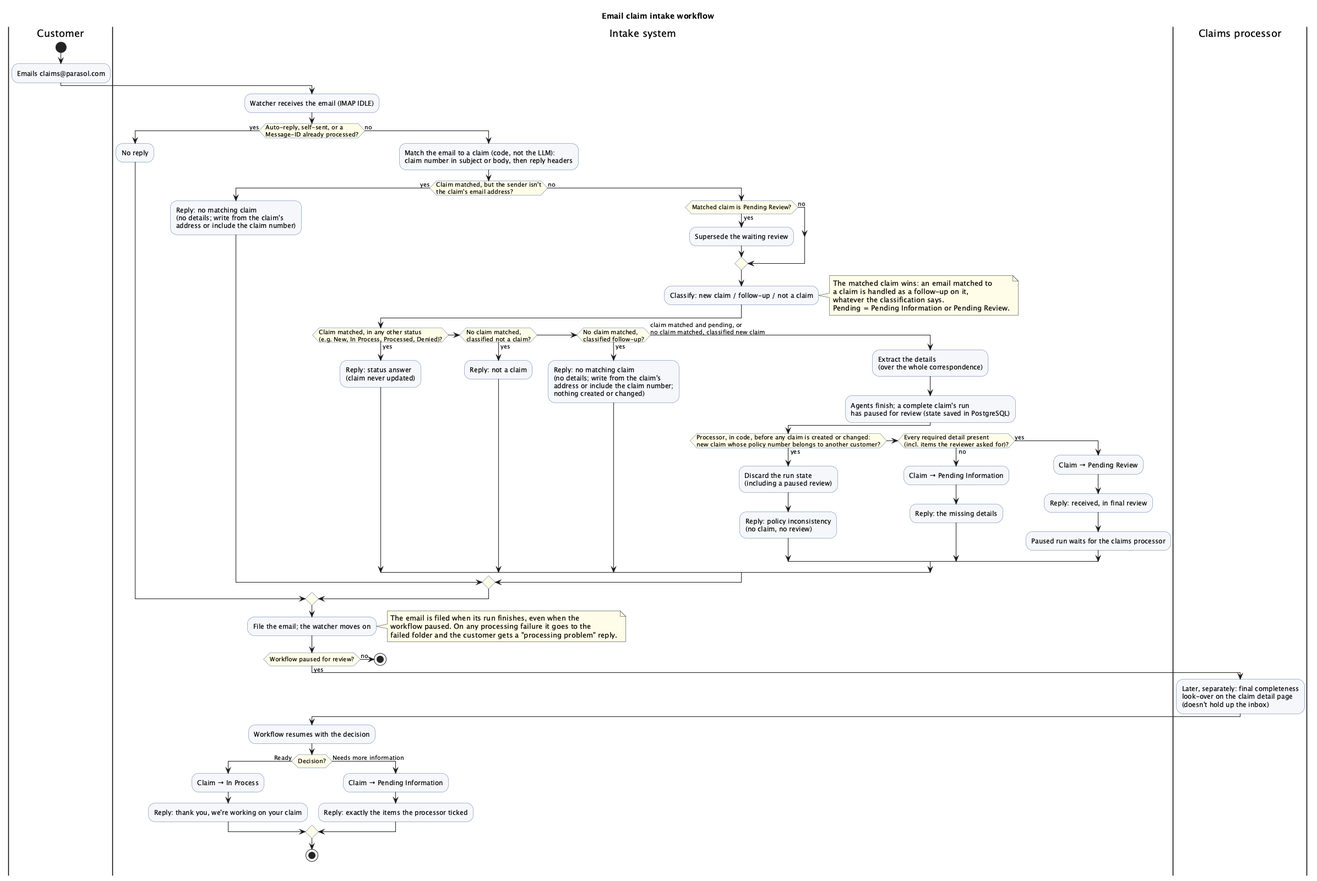
Before: docs/design/claim-intake-workflow.png, a diagram exported from PlantUML (edeandrea/non-deterministic-no-problem).
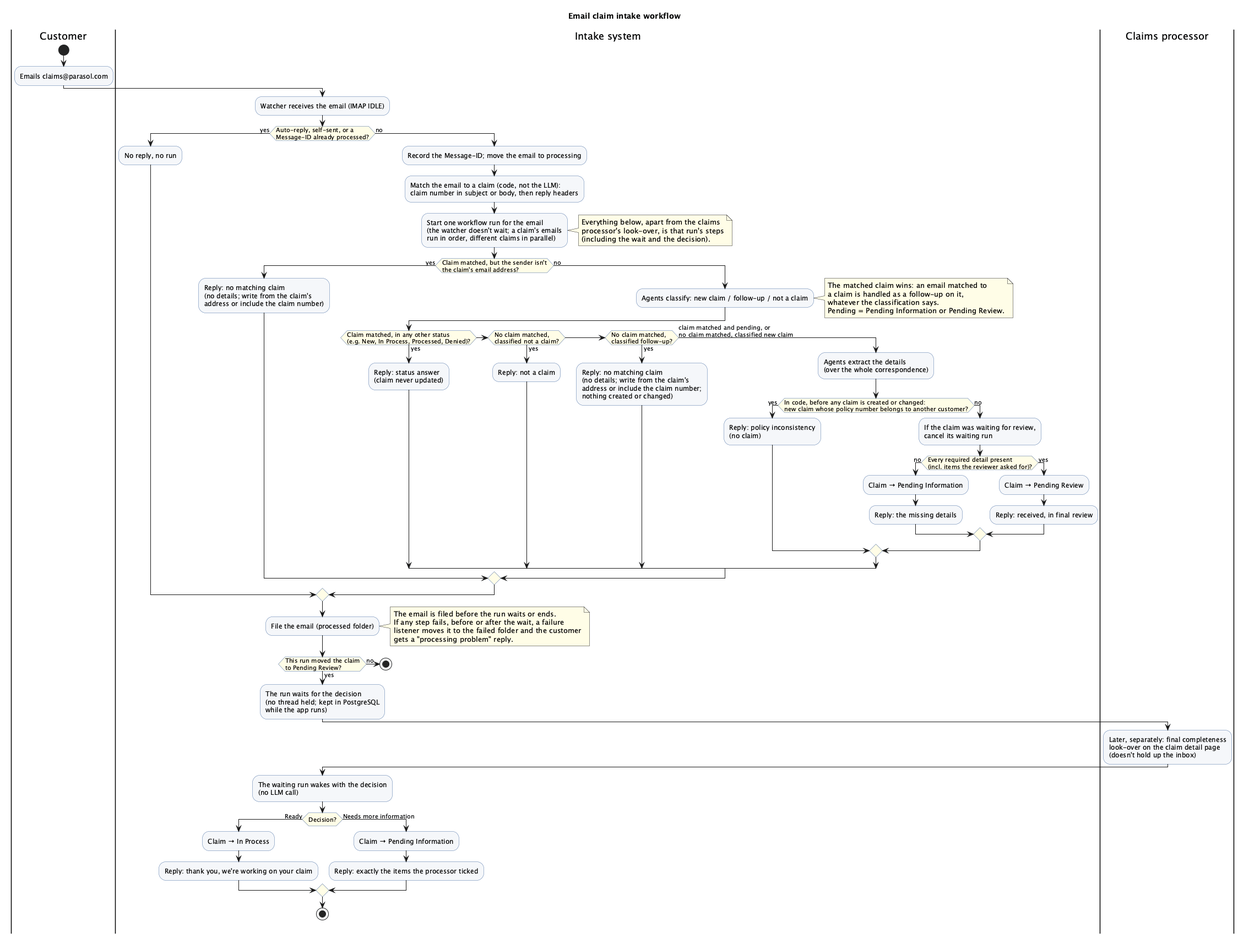
Above is the later version.

Commit message:
Revise the email intake design for quarkus-flow

What changed in the source:
```diff
@@ -14,17 +14,20 @@
 |Intake system|
 :Watcher receives the email (IMAP IDLE);
 if (Auto-reply, self-sent, or a\nMessage-ID already processed?) then (yes)
-  :No reply;
+  :No reply, no run;
 else (no)
+  :Record the Message-ID; move the email to processing;
   :Match the email to a claim (code, not the LLM):\nclaim number in subject or body, then reply headers;
+  :Start one workflow run for the email\n(the watcher doesn't wait; a claim's emails\nrun in order, different claims in parallel);
+  note right
+    Everything below, apart from the claims
+    processor's look-over, is that run's steps
+    (including the wait and the decision).
+  end note
   if (Claim matched, but the sender isn't\nthe claim's email address?) then (yes)
     :Reply: no matching claim\n(no details; write from the claim's\naddress or include the claim number);
   else (no)
-    if (Matched claim is Pending Review?) then (yes)
-      :Supersede the waiting review;
-    else (no)
-    endif
-    :Classify: new claim / follow-up / not a claim;
+    :Agents classify: new claim / follow-up / not a claim;
     note right
       The matched claim wins: an email matched to
       a claim is handled as a follow-up on it,
@@ -38,35 +41,37 @@
     elseif (No claim matched,\nclassified follow-up?) then (yes)
       :Reply: no matching claim\n(no details; write from the claim's\naddress or include the claim number;\nnothing created or changed);
     else (claim matched and pending, or\nno claim matched, classified new claim)
-      :Extract the details\n(over the whole correspondence);
-      :Agents finish; a complete claim's run\nhas paused for review (state saved in PostgreSQL);
-      if (Processor, in code, before any claim is created or changed:\nnew claim whose policy number belongs to another customer?) then (yes)
-        :Discard the run state\n(including a paused review);
-        :Reply: policy inconsistency\n(no claim, no review);
-      elseif (Every required detail present\n(incl. items the reviewer asked for)?) then (no)
-        :Claim → Pending Information;
-        :Reply: the missing details;
-      else (yes)
-        :Claim → Pending Review;
-        :Reply: received, in final review;
-        :Paused run waits for the claims processor;
+      :Agents extract the details\n(over the whole correspondence);
+      if (In code, before any claim is created or changed:\nnew claim whose policy number belongs to another customer?) then (yes)
+        :Reply: policy inconsistency\n(no claim);
+      else (no)
+        :If the claim was waiting for review,\ncancel its waiting run;
+        if (Every required detail present\n(incl. items the reviewer asked for)?) then (no)
+          :Claim → Pending Information;
+          :Reply: the missing details;
+        else (yes)
+          :Claim → Pending Review;
+          :Reply: received, in final review;
+        endif
       endif
     endif
   endif
 endif
-:File the email; the watcher moves on;
+:File the email (processed folder);
 note right
-  The email is filed when its run finishes, even when the
-  workflow paused. On any processing failure it goes to the
-  failed folder and the customer gets a "processing problem" reply.
+  The email is filed before the run waits or ends.
+  If any step fails, before or after the wait, a failure
+  listener moves it to the failed folder and the customer
+  gets a "processing problem" reply.
 end note
-if (Workflow paused for review?) then (no)
+if (This run moved the claim\nto Pending Review?) then (no)
   stop
 else (yes)
+  :The run waits for the decision\n(no thread held; kept in PostgreSQL\nwhile the app runs);
   |Claims processor|
   :Later, separately: final completeness\nlook-over on the claim detail page\n(doesn't hold up the inbox);
   |Intake system|
-  :Workflow resumes with the decision;
+  :The waiting run wakes with the decision\n(no LLM call);
   if (Decision?) then (Ready)
     :Claim → In Process;
     :Reply: thank you, we're working on your claim;
```
